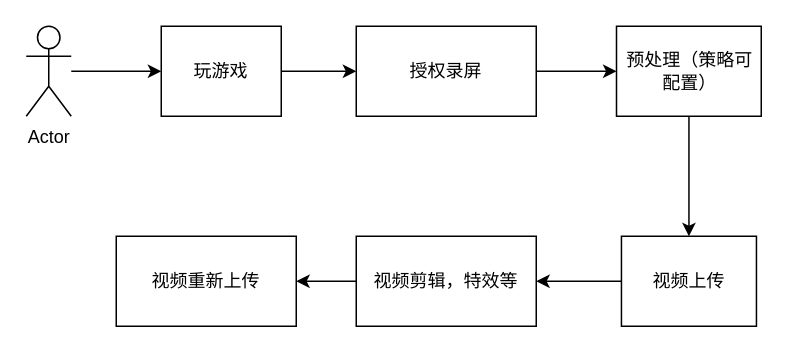
Before: Graph/游戏视频客户端方案.drawio in stevensafin/stevensafin.github.io, a draw.io diagram. Source tidied: cells renumbered, new cells numbered last; positions are measured from the earlier drawing's top-left corner, leaving out a move shared by most shapes. Both pictures are drawn from the tidied source at 150%, with x=0, y=0 at pixel (26, 26).
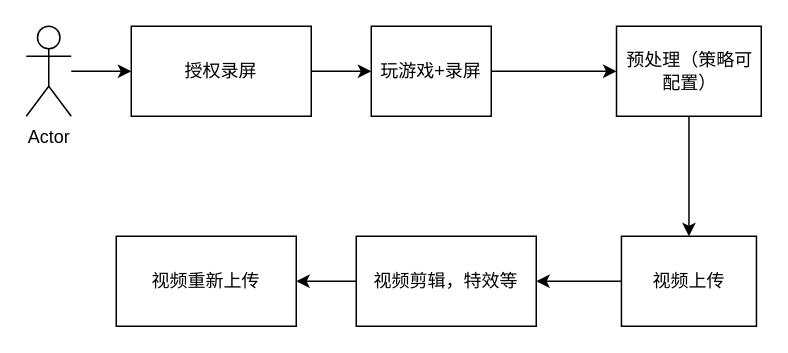
Above is the later version.

Commit message (it also covers changes not shown here):
Update 游戏视频客户端方案.drawio

What changed in the source:
```diff
@@
 <mxGraphModel>
   <root>
     <mxCell id="0" />
     <mxCell id="1" parent="0" />
-    <mxCell id="2" style="edgeStyle=orthogonalEdgeStyle;rounded=0;jettySize=auto;html=1;" parent="1" edge="1" source="3" target="5">
-      <mxGeometry relative="1" as="geometry" />
-    </mxCell>
+    <mxCell id="15" style="edgeStyle=orthogonalEdgeStyle;rounded=0;jettySize=auto;html=1;" parent="1" edge="1" source="3" target="7">
+      <mxGeometry relative="1" as="geometry" />
+    </mxCell>
     <mxCell id="3" value="Actor" style="shape=umlActor;verticalLabelPosition=bottom;verticalAlign=top;html=1;outlineConnect=0;" parent="1" vertex="1">
       <mxGeometry width="30" height="60" as="geometry" />
     </mxCell>
-    <mxCell id="4" style="edgeStyle=orthogonalEdgeStyle;rounded=0;jettySize=auto;html=1;" parent="1" edge="1" source="5" target="7">
-      <mxGeometry relative="1" as="geometry" />
-    </mxCell>
+    <mxCell id="16" style="edgeStyle=orthogonalEdgeStyle;rounded=0;jettySize=auto;html=1;" parent="1" edge="1" source="5" target="9">
+      <mxGeometry relative="1" as="geometry" />
+    </mxCell>
-    <mxCell id="5" value="玩游戏" style="rounded=0;whiteSpace=wrap;html=1;" parent="1" vertex="1">
-      <mxGeometry x="90" width="80" height="60" as="geometry" />
+    <mxCell id="5" value="玩游戏+录屏" style="rounded=0;whiteSpace=wrap;html=1;" parent="1" vertex="1">
+      <mxGeometry x="230" width="80" height="60" as="geometry" />
     </mxCell>
-    <mxCell id="6" style="edgeStyle=orthogonalEdgeStyle;rounded=0;jettySize=auto;html=1;" parent="1" edge="1" source="7" target="9">
-      <mxGeometry relative="1" as="geometry" />
-    </mxCell>
+    <mxCell id="17" style="edgeStyle=orthogonalEdgeStyle;rounded=0;jettySize=auto;html=1;" parent="1" edge="1" source="7" target="5">
+      <mxGeometry relative="1" as="geometry" />
+    </mxCell>
     <mxCell id="7" value="授权录屏" style="rounded=0;whiteSpace=wrap;html=1;" parent="1" vertex="1">
-      <mxGeometry x="220" width="120" height="60" as="geometry" />
+      <mxGeometry x="70" width="120" height="60" as="geometry" />
     </mxCell>
     <mxCell id="8" style="edgeStyle=orthogonalEdgeStyle;rounded=0;jettySize=auto;html=1;" parent="1" edge="1" source="9" target="11">
       <mxGeometry relative="1" as="geometry" />
     </mxCell>
     <mxCell id="9" value="预处理（策略可配置）" style="rounded=0;whiteSpace=wrap;html=1;" parent="1" vertex="1">
       <mxGeometry x="393.5" width="96.5" height="60" as="geometry" />
     </mxCell>
     <mxCell id="10" style="edgeStyle=orthogonalEdgeStyle;rounded=0;jettySize=auto;html=1;" parent="1" edge="1" source="11" target="14">
       <mxGeometry relative="1" as="geometry" />
     </mxCell>
     <mxCell id="11" value="视频上传" style="rounded=0;whiteSpace=wrap;html=1;" parent="1" vertex="1">
       <mxGeometry x="396.8" y="140" width="90" height="60" as="geometry" />
     </mxCell>
     <mxCell id="12" value="视频重新上传" style="rounded=0;whiteSpace=wrap;html=1;" parent="1" vertex="1">
       <mxGeometry x="60" y="140" width="120" height="60" as="geometry" />
     </mxCell>
     <mxCell id="13" style="edgeStyle=orthogonalEdgeStyle;rounded=0;jettySize=auto;html=1;" parent="1" edge="1" source="14" target="12">
       <mxGeometry relative="1" as="geometry" />
     </mxCell>
     <mxCell id="14" value="视频剪辑，特效等" style="rounded=0;whiteSpace=wrap;html=1;" parent="1" vertex="1">
       <mxGeometry x="220" y="140" width="120" height="60" as="geometry" />
     </mxCell>
   </root>
 </mxGraphModel>
```
